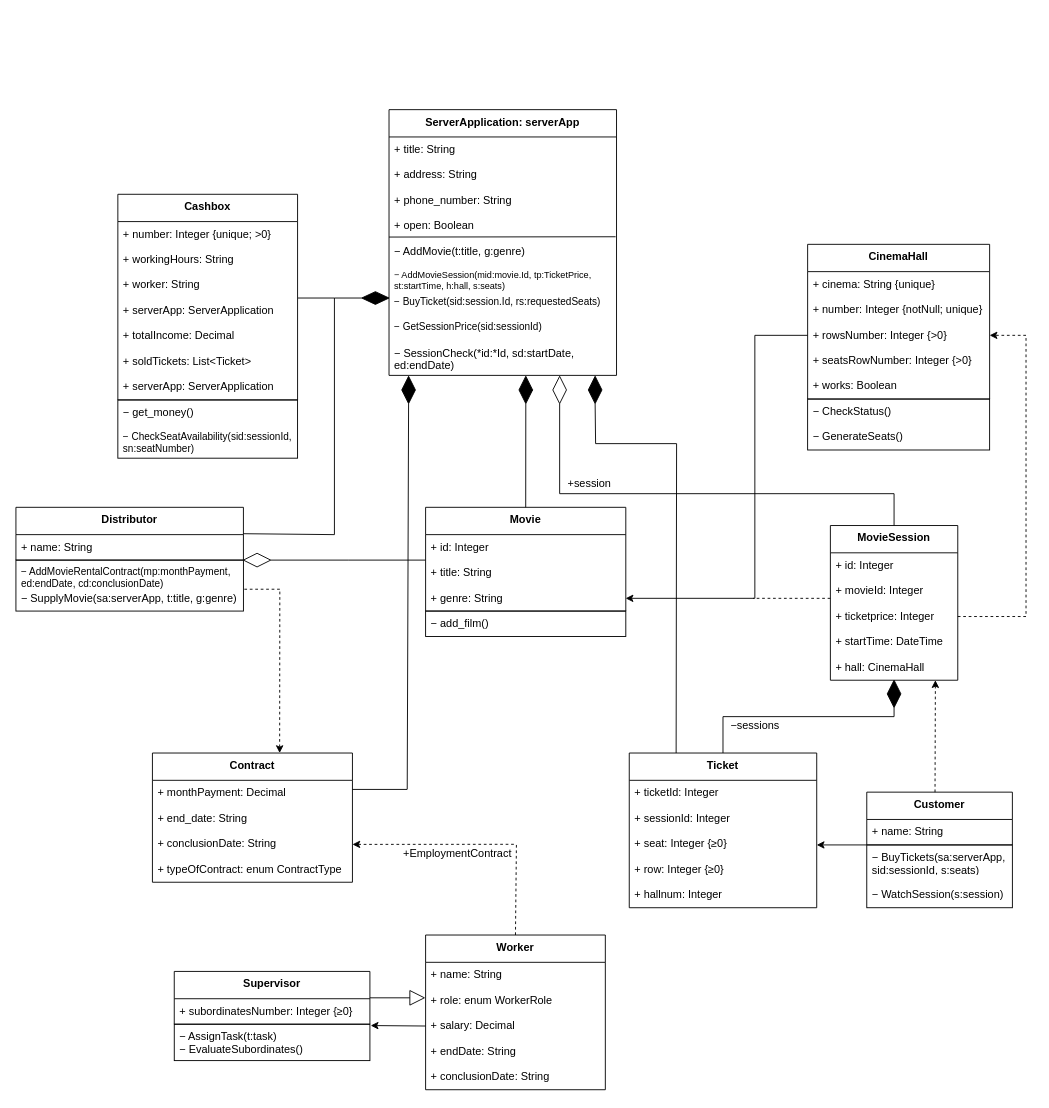
This is Диаграмма классов.drawio from ANDaniell/-design-practice, a draw.io file, before an edit. Source tidied: cells renumbered, new cells numbered last; positions are measured from the earlier drawing's top-left corner, leaving out a move shared by most shapes. Both pictures are drawn from the tidied source at 91%, with x=0, y=0 at pixel (15, 109).
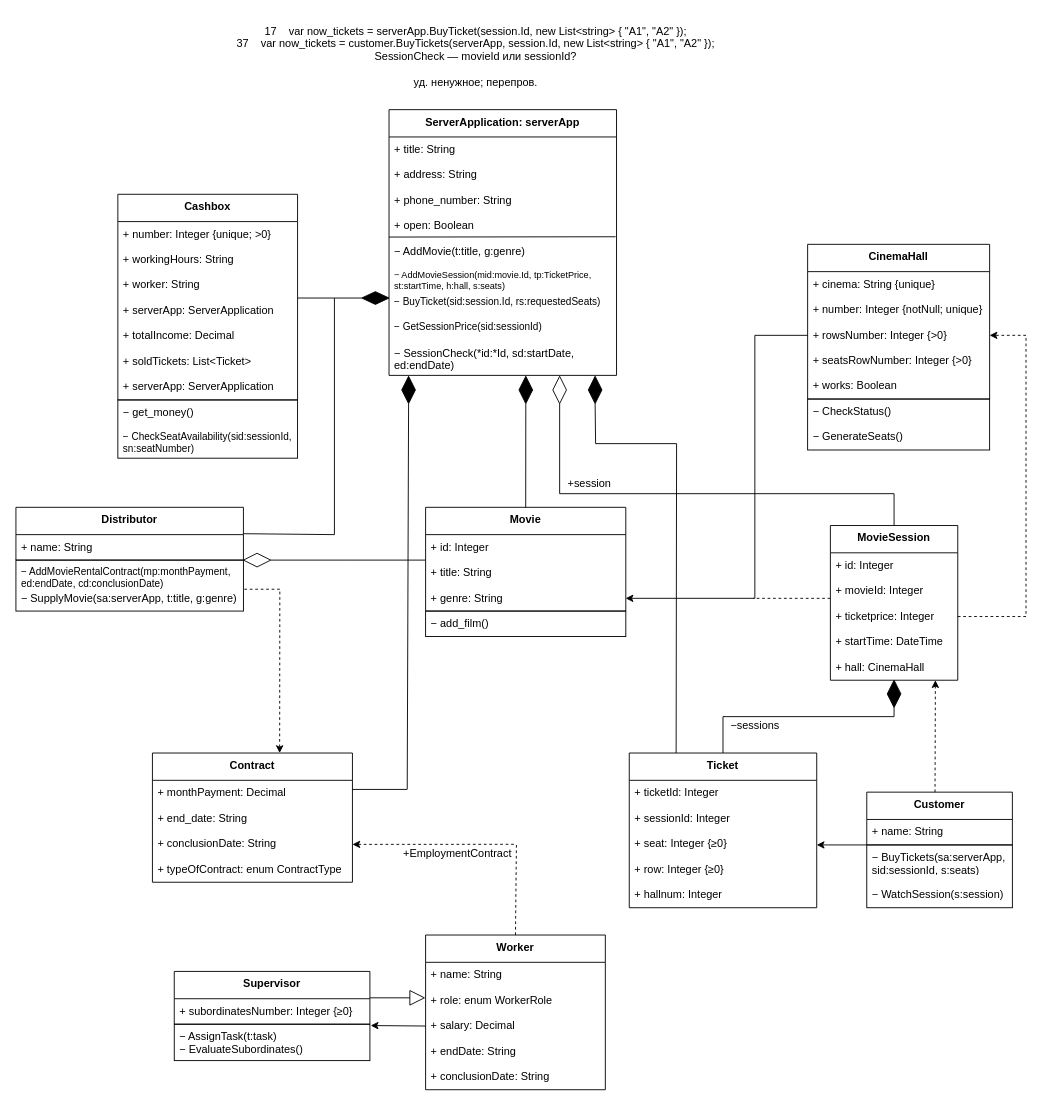
Above is the later version.

The edit, as a diff of the source:
```diff
@@
+    <mxCell id="107" value="17&amp;nbsp;&amp;nbsp;&amp;nbsp; var now_tickets = serverApp.BuyTicket(session.Id, new List&amp;lt;string&amp;gt; { &quot;A1&quot;, &quot;A2&quot; });&lt;br&gt;37&amp;nbsp;&amp;nbsp;&amp;nbsp; var now_tickets = customer.BuyTickets(serverApp, session.Id, new List&amp;lt;string&amp;gt; { &quot;A1&quot;, &quot;A2&quot; });&lt;br&gt;SessionCheck — movieId или sessionId?&lt;br&gt;&lt;br&gt;уд. ненужное; перепров." style="text;html=1;align=center;verticalAlign=middle;strokeColor=none;fillColor=none;" parent="1" vertex="1">
+      <mxGeometry x="230" y="-103" width="550" height="90" as="geometry" />
+    </mxCell>
```
